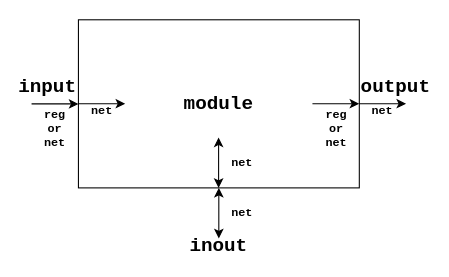
Above: page "figure_4" (4 of 5) of assets/images/2021-12-19-chapter2_module_&_instantiation/시스템_반도체_설계_2장.drawio in ParkDongho/ParkDongho.github.io (draw.io), before the change. Source tidied: cells renumbered, new cells numbered last; positions are measured from the earlier drawing's top-left corner, leaving out a move shared by most shapes. Both pictures are drawn from the tidied source at 107%, with x=0, y=0 at pixel (31, 19).
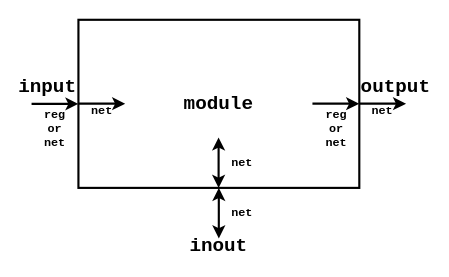
Above is the later version.

The edit, as a diff of the source:
```diff
@@
-    <mxCell id="2" style="group;" parent="1" vertex="1">
-      <mxGeometry width="370" height="220" as="geometry" />
-    </mxCell>
-    <mxCell id="3" style="rounded=0;whiteSpace=wrap;html=1;fontFamily=Courier New;fontSize=22;" parent="2" vertex="1">
+    <mxCell id="3" style="rounded=0;whiteSpace=wrap;html=1;fontFamily=Courier New;fontSize=22;fillColor=none;strokeWidth=2;" parent="1" vertex="1">
       <mxGeometry x="43.8" width="262.5" height="157.1" as="geometry" />
     </mxCell>
-    <mxCell id="4" style="endArrow=classic;html=1;rounded=0;fontFamily=Courier New;fontSize=11;" parent="2" edge="1">
+    <mxCell id="4" style="endArrow=classic;html=1;rounded=0;fontFamily=Courier New;fontSize=11;strokeWidth=2;" parent="1" edge="1">
       <mxGeometry relative="1" as="geometry">
         <mxPoint y="78.6" as="sourcePoint" />
         <mxPoint x="43.8" y="78.6" as="targetPoint" />
       </mxGeometry>
     </mxCell>
-    <mxCell id="5" style="endArrow=classic;html=1;rounded=0;fontFamily=Courier New;fontSize=11;" parent="2" edge="1">
+    <mxCell id="5" style="endArrow=classic;html=1;rounded=0;fontFamily=Courier New;fontSize=11;strokeWidth=2;" parent="1" edge="1">
       <mxGeometry relative="1" as="geometry">
         <mxPoint x="306.2" y="78.4" as="sourcePoint" />
         <mxPoint x="350" y="78.4" as="targetPoint" />
         <Array as="points">
           <mxPoint x="320.8" y="78.4" />
         </Array>
       </mxGeometry>
     </mxCell>
-    <mxCell id="6" style="endArrow=classic;html=1;rounded=0;fontFamily=Courier New;fontSize=11;" parent="2" edge="1">
+    <mxCell id="6" style="endArrow=classic;html=1;rounded=0;fontFamily=Courier New;fontSize=11;strokeWidth=2;" parent="1" edge="1">
       <mxGeometry relative="1" as="geometry">
         <mxPoint x="43.8" y="78.4" as="sourcePoint" />
         <mxPoint x="87.5" y="78.4" as="targetPoint" />
         <Array as="points">
           <mxPoint x="58.3" y="78.4" />
         </Array>
       </mxGeometry>
     </mxCell>
-    <mxCell id="7" style="endArrow=classic;html=1;rounded=0;fontFamily=Courier New;fontSize=11;" parent="2" edge="1">
+    <mxCell id="7" style="endArrow=classic;html=1;rounded=0;fontFamily=Courier New;fontSize=11;strokeWidth=2;" parent="1" edge="1">
       <mxGeometry relative="1" as="geometry">
         <mxPoint x="262.5" y="78.4" as="sourcePoint" />
         <mxPoint x="306.2" y="78.4" as="targetPoint" />
         <Array as="points">
           <mxPoint x="277.1" y="78.4" />
         </Array>
       </mxGeometry>
     </mxCell>
-    <mxCell id="8" style="endArrow=classic;startArrow=classic;html=1;rounded=0;fontFamily=Courier New;fontSize=11;" parent="2" edge="1">
+    <mxCell id="8" style="endArrow=classic;startArrow=classic;html=1;rounded=0;fontFamily=Courier New;fontSize=11;strokeWidth=2;" parent="1" edge="1">
       <mxGeometry relative="1" as="geometry">
         <mxPoint x="175" y="204.3" as="sourcePoint" />
         <mxPoint x="175" y="157.1" as="targetPoint" />
       </mxGeometry>
     </mxCell>
-    <mxCell id="9" style="endArrow=classic;startArrow=classic;html=1;rounded=0;fontFamily=Courier New;fontSize=11;" parent="2" edge="1">
+    <mxCell id="9" style="endArrow=classic;startArrow=classic;html=1;rounded=0;fontFamily=Courier New;fontSize=11;strokeWidth=2;" parent="1" edge="1">
       <mxGeometry relative="1" as="geometry">
         <mxPoint x="174.8" y="157.1" as="sourcePoint" />
         <mxPoint x="174.8" y="110" as="targetPoint" />
       </mxGeometry>
     </mxCell>
-    <mxCell id="10" value="reg&lt;br style=&quot;font-size: 11px;&quot;&gt;or&lt;br style=&quot;font-size: 11px;&quot;&gt;net" style="text;html=1;strokeColor=none;fillColor=none;align=center;verticalAlign=middle;whiteSpace=wrap;rounded=0;fontFamily=Courier New;fontSize=11;fontStyle=1;" parent="2" vertex="1">
+    <mxCell id="10" value="reg&lt;br style=&quot;font-size: 11px;&quot;&gt;or&lt;br style=&quot;font-size: 11px;&quot;&gt;net" style="text;html=1;strokeColor=none;fillColor=none;align=center;verticalAlign=middle;whiteSpace=wrap;rounded=0;fontFamily=Courier New;fontSize=11;fontStyle=1;" parent="1" vertex="1">
       <mxGeometry y="78.6" width="43.8" height="47.1" as="geometry" />
     </mxCell>
-    <mxCell id="11" value="reg&lt;br style=&quot;font-size: 11px;&quot;&gt;or&lt;br style=&quot;font-size: 11px;&quot;&gt;net" style="text;html=1;strokeColor=none;fillColor=none;align=center;verticalAlign=middle;whiteSpace=wrap;rounded=0;fontFamily=Courier New;fontSize=11;fontStyle=1;" parent="2" vertex="1">
+    <mxCell id="11" value="reg&lt;br style=&quot;font-size: 11px;&quot;&gt;or&lt;br style=&quot;font-size: 11px;&quot;&gt;net" style="text;html=1;strokeColor=none;fillColor=none;align=center;verticalAlign=middle;whiteSpace=wrap;rounded=0;fontFamily=Courier New;fontSize=11;fontStyle=1;" parent="1" vertex="1">
       <mxGeometry x="262.5" y="78.6" width="43.8" height="47.1" as="geometry" />
     </mxCell>
-    <mxCell id="12" value="net" style="text;html=1;strokeColor=none;fillColor=none;align=center;verticalAlign=middle;whiteSpace=wrap;rounded=0;fontFamily=Courier New;fontSize=11;fontStyle=1;" parent="2" vertex="1">
+    <mxCell id="12" value="net" style="text;html=1;strokeColor=none;fillColor=none;align=center;verticalAlign=middle;whiteSpace=wrap;rounded=0;fontFamily=Courier New;fontSize=11;fontStyle=1;" parent="1" vertex="1">
       <mxGeometry x="306.2" y="78.6" width="43.8" height="15.7" as="geometry" />
     </mxCell>
-    <mxCell id="13" value="net" style="text;html=1;strokeColor=none;fillColor=none;align=center;verticalAlign=middle;whiteSpace=wrap;rounded=0;fontFamily=Courier New;fontSize=11;fontStyle=1;" parent="2" vertex="1">
+    <mxCell id="13" value="net" style="text;html=1;strokeColor=none;fillColor=none;align=center;verticalAlign=middle;whiteSpace=wrap;rounded=0;fontFamily=Courier New;fontSize=11;fontStyle=1;" parent="1" vertex="1">
       <mxGeometry x="43.8" y="78.6" width="43.8" height="15.7" as="geometry" />
     </mxCell>
-    <mxCell id="14" value="net" style="text;html=1;strokeColor=none;fillColor=none;align=center;verticalAlign=middle;whiteSpace=wrap;rounded=0;fontFamily=Courier New;fontSize=11;fontStyle=1;" parent="2" vertex="1">
+    <mxCell id="14" value="net" style="text;html=1;strokeColor=none;fillColor=none;align=center;verticalAlign=middle;whiteSpace=wrap;rounded=0;fontFamily=Courier New;fontSize=11;fontStyle=1;" parent="1" vertex="1">
       <mxGeometry x="175" y="125.7" width="43.8" height="15.7" as="geometry" />
     </mxCell>
-    <mxCell id="15" value="net" style="text;html=1;strokeColor=none;fillColor=none;align=center;verticalAlign=middle;whiteSpace=wrap;rounded=0;fontFamily=Courier New;fontSize=11;fontStyle=1;" parent="2" vertex="1">
+    <mxCell id="15" value="net" style="text;html=1;strokeColor=none;fillColor=none;align=center;verticalAlign=middle;whiteSpace=wrap;rounded=0;fontFamily=Courier New;fontSize=11;fontStyle=1;" parent="1" vertex="1">
       <mxGeometry x="175" y="172.9" width="43.8" height="15.7" as="geometry" />
     </mxCell>
-    <mxCell id="16" value="input" style="text;html=1;strokeColor=none;fillColor=none;align=right;verticalAlign=middle;whiteSpace=wrap;rounded=0;fontFamily=Courier New;fontSize=18;fontStyle=1;" parent="2" vertex="1">
+    <mxCell id="16" value="input" style="text;html=1;strokeColor=none;fillColor=none;align=right;verticalAlign=middle;whiteSpace=wrap;rounded=0;fontFamily=Courier New;fontSize=18;fontStyle=1;" parent="1" vertex="1">
       <mxGeometry y="55" width="43.8" height="15.7" as="geometry" />
     </mxCell>
-    <mxCell id="17" value="output" style="text;html=1;strokeColor=none;fillColor=none;align=left;verticalAlign=middle;whiteSpace=wrap;rounded=0;fontFamily=Courier New;fontSize=18;fontStyle=1;" parent="2" vertex="1">
+    <mxCell id="17" value="output" style="text;html=1;strokeColor=none;fillColor=none;align=left;verticalAlign=middle;whiteSpace=wrap;rounded=0;fontFamily=Courier New;fontSize=18;fontStyle=1;" parent="1" vertex="1">
       <mxGeometry x="306.2" y="55" width="43.8" height="15.7" as="geometry" />
     </mxCell>
-    <mxCell id="18" value="inout" style="text;html=1;strokeColor=none;fillColor=none;align=center;verticalAlign=middle;whiteSpace=wrap;rounded=0;fontFamily=Courier New;fontSize=18;fontStyle=1;" parent="2" vertex="1">
+    <mxCell id="18" value="inout" style="text;html=1;strokeColor=none;fillColor=none;align=center;verticalAlign=middle;whiteSpace=wrap;rounded=0;fontFamily=Courier New;fontSize=18;fontStyle=1;" parent="1" vertex="1">
       <mxGeometry x="153.1" y="204.3" width="43.8" height="15.7" as="geometry" />
     </mxCell>
-    <mxCell id="19" value="module" style="text;html=1;strokeColor=none;fillColor=none;align=center;verticalAlign=middle;whiteSpace=wrap;rounded=0;fontFamily=Courier New;fontSize=18;fontStyle=1;" parent="2" vertex="1">
+    <mxCell id="19" value="module" style="text;html=1;strokeColor=none;fillColor=none;align=center;verticalAlign=middle;whiteSpace=wrap;rounded=0;fontFamily=Courier New;fontSize=18;fontStyle=1;" parent="1" vertex="1">
       <mxGeometry x="134.9" y="70.7" width="80.2" height="15.7" as="geometry" />
     </mxCell>
```
